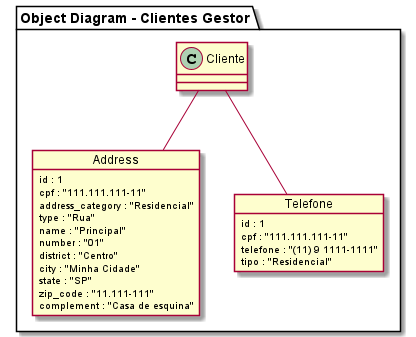
The PlantUML diagram modelagem/Object_Diagram.png in douglascarlos-dev/Clientes-Gestor, before a commit.
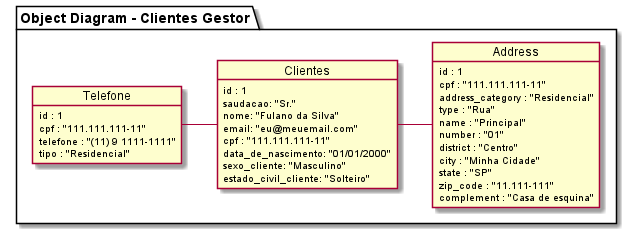
The same file after the commit.

Commit message:
:memo: Atualização da documentação e diagramas de UML.

What changed in the source:
```diff
@@ -2,8 +2,19 @@
 
 package "Object Diagram - Clientes Gestor" {
 
-Cliente -- Address
-Cliente -- Telefone
+Clientes -right- Address
+Clientes -left- Telefone
+
+object Clientes {
+  id : 1
+  saudacao: "Sr."
+  nome: "Fulano da Silva"
+  email: "eu@meuemail.com"
+  cpf : "111.111.111-11"
+  data_de_nascimento: "01/01/2000"
+  sexo_cliente: "Masculino"
+  estado_civil_cliente: "Solteiro"
+}
 
 object Address {
   id : 1
```
